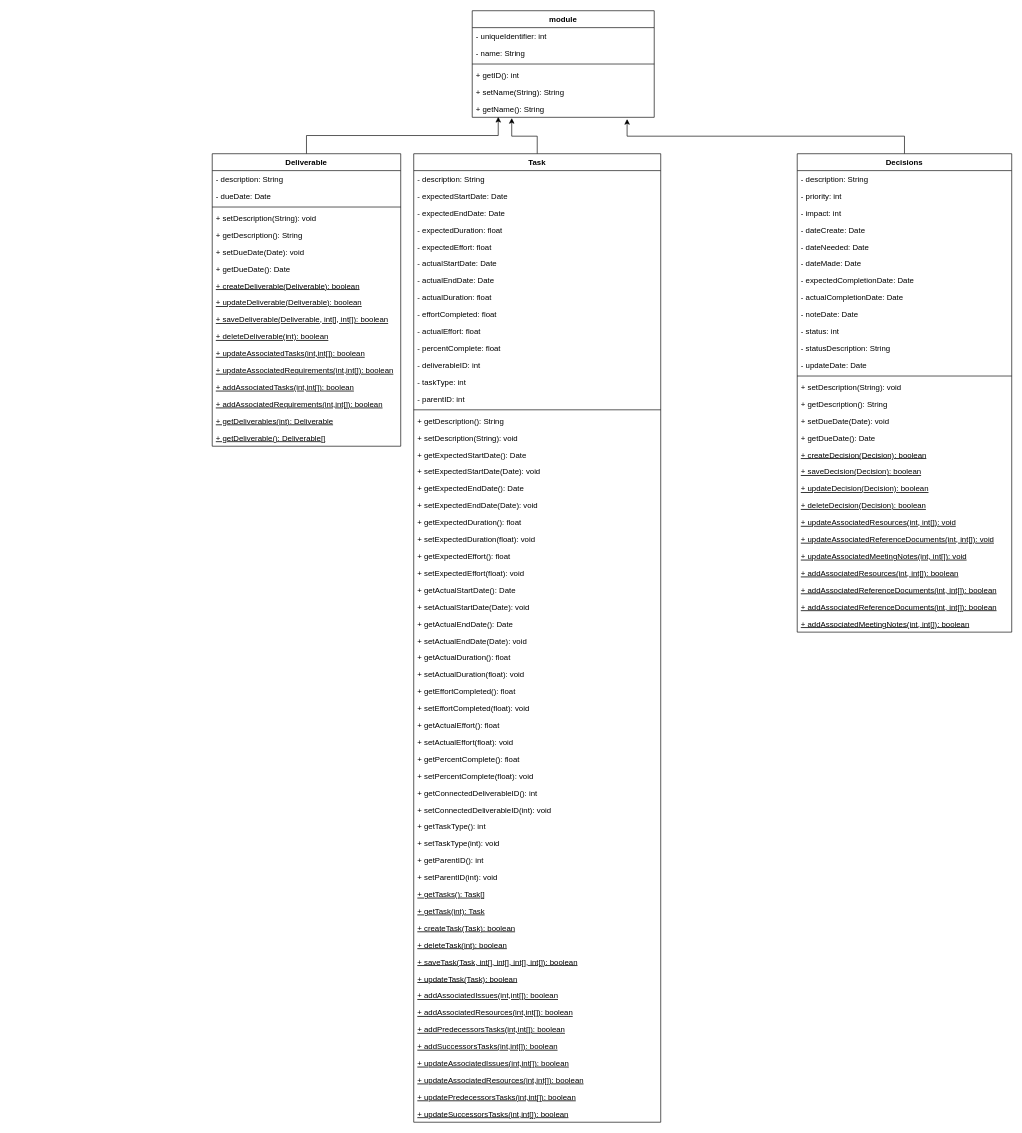
This is diagrams/umlBishoy.drawio from alicebalayan/comp380---project3, a draw.io file, before an edit. Source tidied: cells renumbered, new cells numbered last; positions are measured from the earlier drawing's top-left corner, leaving out a move shared by most shapes. Both pictures are drawn from the tidied source at 65%, with x=0, y=0 at pixel (212, 10).
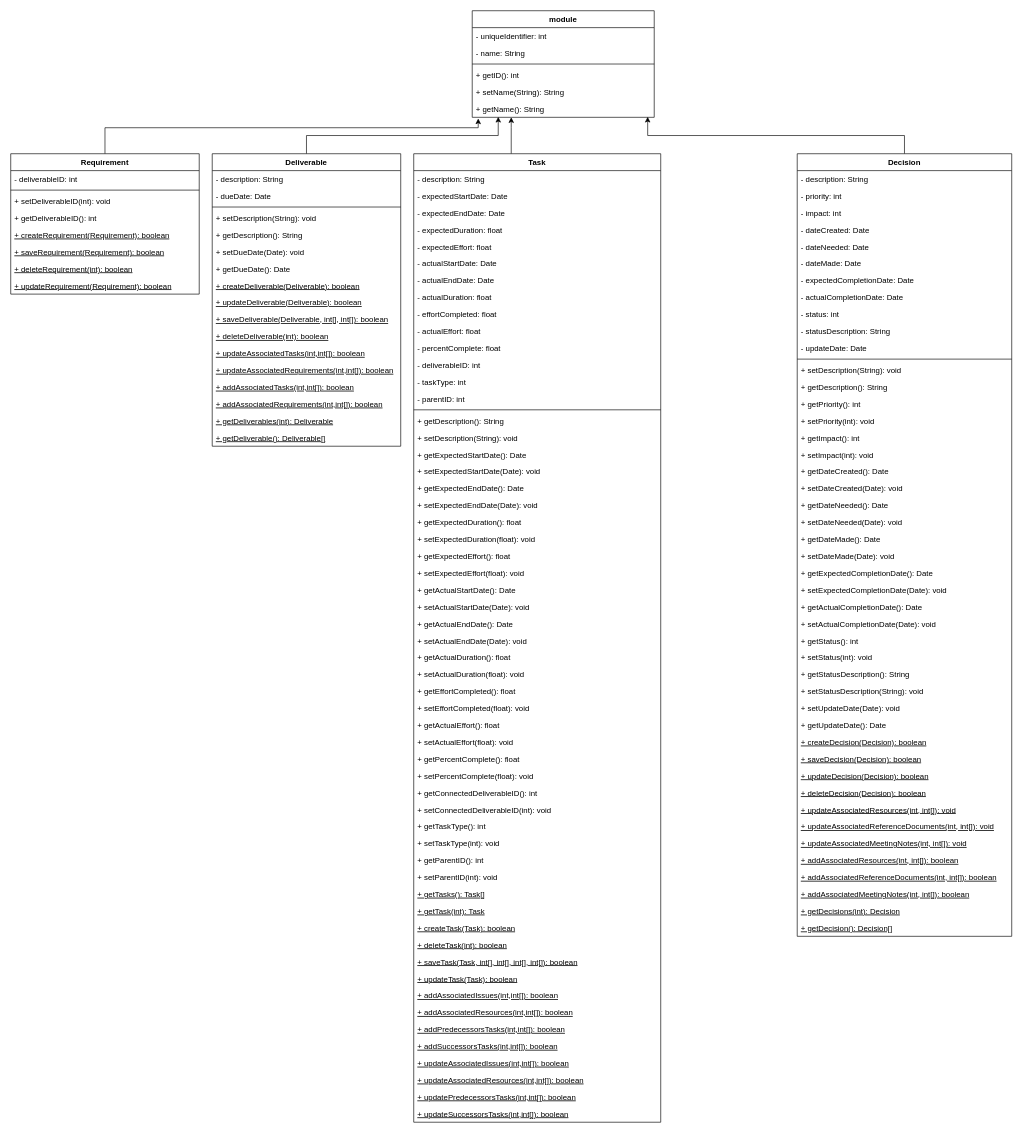
The same diagram, later.

The change refers to these unchanged cells:
```xml
<mxCell id="8" value="+ getName(): String" style="text;strokeColor=none;fillColor=none;align=left;verticalAlign=top;spacingLeft=4;spacingRight=4;overflow=hidden;points=[[0,0.5],[1,0.5]];portConstraint=eastwest;" parent="2" vertex="1">
  <mxGeometry y="138" width="280" height="26" as="geometry" />
</mxCell>
<mxCell id="59" value="Task" style="swimlane;fontStyle=1;align=center;verticalAlign=top;horizontal=1;startSize=26;" parent="1" vertex="1">
  <mxGeometry x="310" y="220" width="380" height="1490" as="geometry" />
</mxCell>
```

What changed in the source:
```diff
@@
-    <mxCell id="10" style="rounded=0;jettySize=auto;html=1;entryX=0.217;entryY=1.045;entryDx=0;entryDy=0;entryPerimeter=0;edgeStyle=elbowEdgeStyle;elbow=vertical;" parent="1" edge="1" source="59" target="8">
-      <mxGeometry relative="1" as="geometry" />
+    <mxCell id="10" style="rounded=0;jettySize=auto;html=1;edgeStyle=elbowEdgeStyle;elbow=vertical;" parent="1" edge="1" source="59" target="8">
+      <mxGeometry relative="1" as="geometry">
+        <Array as="points">
+          <mxPoint x="460" y="180" />
+        </Array>
+      </mxGeometry>
     </mxCell>
@@
-    <mxCell id="29" style="edgeStyle=elbowEdgeStyle;rounded=0;jettySize=auto;elbow=vertical;html=1;entryX=0.851;entryY=1.103;entryDx=0;entryDy=0;entryPerimeter=0;" parent="1" edge="1" source="30" target="8">
+    <mxCell id="29" style="edgeStyle=elbowEdgeStyle;rounded=0;jettySize=auto;elbow=vertical;html=1;entryX=0.964;entryY=0.972;entryDx=0;entryDy=0;entryPerimeter=0;" parent="1" edge="1" source="30" target="8">
       <mxGeometry relative="1" as="geometry" />
     </mxCell>
-    <mxCell id="30" value="Decisions" style="swimlane;fontStyle=1;align=center;verticalAlign=top;horizontal=1;startSize=26;" parent="1" vertex="1">
-      <mxGeometry x="900" y="220" width="330" height="736" as="geometry" />
+    <mxCell id="30" value="Decision" style="swimlane;fontStyle=1;align=center;verticalAlign=top;horizontal=1;startSize=26;" parent="1" vertex="1">
+      <mxGeometry x="900" y="220" width="330" height="1204" as="geometry" />
     </mxCell>
@@
-    <mxCell id="34" value="- dateCreate: Date" style="text;strokeColor=none;fillColor=none;align=left;verticalAlign=top;spacingLeft=4;spacingRight=4;overflow=hidden;" parent="30" vertex="1">
+    <mxCell id="34" value="- dateCreated: Date" style="text;strokeColor=none;fillColor=none;align=left;verticalAlign=top;spacingLeft=4;spacingRight=4;overflow=hidden;" parent="30" vertex="1">
       <mxGeometry y="104" width="330" height="26" as="geometry" />
     </mxCell>
@@
-    <mxCell id="39" value="- noteDate: Date" style="text;strokeColor=none;fillColor=none;align=left;verticalAlign=top;spacingLeft=4;spacingRight=4;overflow=hidden;" parent="30" vertex="1">
-      <mxGeometry y="234" width="330" height="26" as="geometry" />
-    </mxCell>
     <mxCell id="40" value="- status: int" style="text;strokeColor=none;fillColor=none;align=left;verticalAlign=top;spacingLeft=4;spacingRight=4;overflow=hidden;" parent="30" vertex="1">
-      <mxGeometry y="260" width="330" height="26" as="geometry" />
+      <mxGeometry y="234" width="330" height="26" as="geometry" />
     </mxCell>
     <mxCell id="41" value="- statusDescription: String" style="text;strokeColor=none;fillColor=none;align=left;verticalAlign=top;spacingLeft=4;spacingRight=4;overflow=hidden;" parent="30" vertex="1">
-      <mxGeometry y="286" width="330" height="26" as="geometry" />
+      <mxGeometry y="260" width="330" height="26" as="geometry" />
     </mxCell>
     <mxCell id="42" value="- updateDate: Date" style="text;strokeColor=none;fillColor=none;align=left;verticalAlign=top;spacingLeft=4;spacingRight=4;overflow=hidden;" parent="30" vertex="1">
-      <mxGeometry y="312" width="330" height="26" as="geometry" />
+      <mxGeometry y="286" width="330" height="26" as="geometry" />
     </mxCell>
     <mxCell id="43" style="line;strokeWidth=1;fillColor=none;align=left;verticalAlign=middle;spacingTop=-1;spacingLeft=3;spacingRight=3;labelPosition=right;" parent="30" vertex="1">
-      <mxGeometry y="338" width="330" height="8" as="geometry" />
+      <mxGeometry y="312" width="330" height="8" as="geometry" />
     </mxCell>
     <mxCell id="44" value="+ setDescription(String): void" style="text;strokeColor=none;fillColor=none;align=left;verticalAlign=top;spacingLeft=4;spacingRight=4;overflow=hidden;" parent="30" vertex="1">
-      <mxGeometry y="346" width="330" height="26" as="geometry" />
+      <mxGeometry y="320" width="330" height="26" as="geometry" />
     </mxCell>
     <mxCell id="45" value="+ getDescription(): String" style="text;strokeColor=none;fillColor=none;align=left;verticalAlign=top;spacingLeft=4;spacingRight=4;overflow=hidden;" parent="30" vertex="1">
-      <mxGeometry y="372" width="330" height="26" as="geometry" />
+      <mxGeometry y="346" width="330" height="26" as="geometry" />
     </mxCell>
-    <mxCell id="46" value="+ setDueDate(Date): void" style="text;strokeColor=none;fillColor=none;align=left;verticalAlign=top;spacingLeft=4;spacingRight=4;overflow=hidden;" parent="30" vertex="1">
-      <mxGeometry y="398" width="330" height="26" as="geometry" />
-    </mxCell>
-    <mxCell id="47" value="+ getDueDate(): Date" style="text;strokeColor=none;fillColor=none;align=left;verticalAlign=top;spacingLeft=4;spacingRight=4;overflow=hidden;" parent="30" vertex="1">
-      <mxGeometry y="424" width="330" height="26" as="geometry" />
-    </mxCell>
+    <mxCell id="117" value="+ getPriority(): int " style="text;strokeColor=none;fillColor=none;align=left;verticalAlign=top;spacingLeft=4;spacingRight=4;overflow=hidden;" parent="30" vertex="1">
+      <mxGeometry y="372" width="330" height="26" as="geometry" />
+    </mxCell>
+    <mxCell id="118" value="+ setPriority(int): void" style="text;strokeColor=none;fillColor=none;align=left;verticalAlign=top;spacingLeft=4;spacingRight=4;overflow=hidden;" parent="30" vertex="1">
+      <mxGeometry y="398" width="330" height="26" as="geometry" />
+    </mxCell>
+    <mxCell id="119" value="+ getImpact(): int" style="text;strokeColor=none;fillColor=none;align=left;verticalAlign=top;spacingLeft=4;spacingRight=4;overflow=hidden;" parent="30" vertex="1">
+      <mxGeometry y="424" width="330" height="26" as="geometry" />
+    </mxCell>
+    <mxCell id="120" value="+ setImpact(int): void" style="text;strokeColor=none;fillColor=none;align=left;verticalAlign=top;spacingLeft=4;spacingRight=4;overflow=hidden;" parent="30" vertex="1">
+      <mxGeometry y="450" width="330" height="26" as="geometry" />
+    </mxCell>
+    <mxCell id="121" value="+ getDateCreated(): Date" style="text;strokeColor=none;fillColor=none;align=left;verticalAlign=top;spacingLeft=4;spacingRight=4;overflow=hidden;" parent="30" vertex="1">
+      <mxGeometry y="476" width="330" height="26" as="geometry" />
+    </mxCell>
+    <mxCell id="122" value="+ setDateCreated(Date): void" style="text;strokeColor=none;fillColor=none;align=left;verticalAlign=top;spacingLeft=4;spacingRight=4;overflow=hidden;" parent="30" vertex="1">
+      <mxGeometry y="502" width="330" height="26" as="geometry" />
+    </mxCell>
+    <mxCell id="123" value="+ getDateNeeded(): Date" style="text;strokeColor=none;fillColor=none;align=left;verticalAlign=top;spacingLeft=4;spacingRight=4;overflow=hidden;" parent="30" vertex="1">
+      <mxGeometry y="528" width="330" height="26" as="geometry" />
+    </mxCell>
+    <mxCell id="124" value="+ setDateNeeded(Date): void" style="text;strokeColor=none;fillColor=none;align=left;verticalAlign=top;spacingLeft=4;spacingRight=4;overflow=hidden;" parent="30" vertex="1">
+      <mxGeometry y="554" width="330" height="26" as="geometry" />
+    </mxCell>
+    <mxCell id="125" value="+ getDateMade(): Date" style="text;strokeColor=none;fillColor=none;align=left;verticalAlign=top;spacingLeft=4;spacingRight=4;overflow=hidden;" parent="30" vertex="1">
+      <mxGeometry y="580" width="330" height="26" as="geometry" />
+    </mxCell>
+    <mxCell id="126" value="+ setDateMade(Date): void" style="text;strokeColor=none;fillColor=none;align=left;verticalAlign=top;spacingLeft=4;spacingRight=4;overflow=hidden;" parent="30" vertex="1">
+      <mxGeometry y="606" width="330" height="26" as="geometry" />
+    </mxCell>
+    <mxCell id="127" value="+ getExpectedCompletionDate(): Date&#10;" style="text;strokeColor=none;fillColor=none;align=left;verticalAlign=top;spacingLeft=4;spacingRight=4;overflow=hidden;" parent="30" vertex="1">
+      <mxGeometry y="632" width="330" height="26" as="geometry" />
+    </mxCell>
+    <mxCell id="128" value="+ setExpectedCompletionDate(Date): void&#10;" style="text;strokeColor=none;fillColor=none;align=left;verticalAlign=top;spacingLeft=4;spacingRight=4;overflow=hidden;" parent="30" vertex="1">
+      <mxGeometry y="658" width="330" height="26" as="geometry" />
+    </mxCell>
+    <mxCell id="129" value="+ getActualCompletionDate(): Date" style="text;strokeColor=none;fillColor=none;align=left;verticalAlign=top;spacingLeft=4;spacingRight=4;overflow=hidden;" parent="30" vertex="1">
+      <mxGeometry y="684" width="330" height="26" as="geometry" />
+    </mxCell>
+    <mxCell id="130" value="+ setActualCompletionDate(Date): void" style="text;strokeColor=none;fillColor=none;align=left;verticalAlign=top;spacingLeft=4;spacingRight=4;overflow=hidden;" parent="30" vertex="1">
+      <mxGeometry y="710" width="330" height="26" as="geometry" />
+    </mxCell>
+    <mxCell id="131" value="+ getStatus(): int" style="text;strokeColor=none;fillColor=none;align=left;verticalAlign=top;spacingLeft=4;spacingRight=4;overflow=hidden;" parent="30" vertex="1">
+      <mxGeometry y="736" width="330" height="26" as="geometry" />
+    </mxCell>
+    <mxCell id="132" value="+ setStatus(int): void" style="text;strokeColor=none;fillColor=none;align=left;verticalAlign=top;spacingLeft=4;spacingRight=4;overflow=hidden;" parent="30" vertex="1">
+      <mxGeometry y="762" width="330" height="26" as="geometry" />
+    </mxCell>
+    <mxCell id="133" value="+ getStatusDescription(): String" style="text;strokeColor=none;fillColor=none;align=left;verticalAlign=top;spacingLeft=4;spacingRight=4;overflow=hidden;" parent="30" vertex="1">
+      <mxGeometry y="788" width="330" height="26" as="geometry" />
+    </mxCell>
+    <mxCell id="134" value="+ setStatusDescription(String): void" style="text;strokeColor=none;fillColor=none;align=left;verticalAlign=top;spacingLeft=4;spacingRight=4;overflow=hidden;" parent="30" vertex="1">
+      <mxGeometry y="814" width="330" height="26" as="geometry" />
+    </mxCell>
+    <mxCell id="135" value="+ setUpdateDate(Date): void" style="text;strokeColor=none;fillColor=none;align=left;verticalAlign=top;spacingLeft=4;spacingRight=4;overflow=hidden;" parent="30" vertex="1">
+      <mxGeometry y="840" width="330" height="26" as="geometry" />
+    </mxCell>
+    <mxCell id="136" value="+ getUpdateDate(): Date" style="text;strokeColor=none;fillColor=none;align=left;verticalAlign=top;spacingLeft=4;spacingRight=4;overflow=hidden;" parent="30" vertex="1">
+      <mxGeometry y="866" width="330" height="26" as="geometry" />
+    </mxCell>
     <mxCell id="48" value="+ createDecision(Decision): boolean" style="text;strokeColor=none;fillColor=none;align=left;verticalAlign=top;spacingLeft=4;spacingRight=4;overflow=hidden;fontStyle=4;" parent="30" vertex="1">
-      <mxGeometry y="450" width="330" height="26" as="geometry" />
+      <mxGeometry y="892" width="330" height="26" as="geometry" />
     </mxCell>
     <mxCell id="49" value="+ saveDecision(Decision): boolean" style="text;strokeColor=none;fillColor=none;align=left;verticalAlign=top;spacingLeft=4;spacingRight=4;overflow=hidden;fontStyle=4;" parent="30" vertex="1">
-      <mxGeometry y="476" width="330" height="26" as="geometry" />
+      <mxGeometry y="918" width="330" height="26" as="geometry" />
     </mxCell>
     <mxCell id="50" value="+ updateDecision(Decision): boolean" style="text;strokeColor=none;fillColor=none;align=left;verticalAlign=top;spacingLeft=4;spacingRight=4;overflow=hidden;fontStyle=4;" parent="30" vertex="1">
-      <mxGeometry y="502" width="330" height="26" as="geometry" />
+      <mxGeometry y="944" width="330" height="26" as="geometry" />
     </mxCell>
     <mxCell id="51" value="+ deleteDecision(Decision): boolean" style="text;strokeColor=none;fillColor=none;align=left;verticalAlign=top;spacingLeft=4;spacingRight=4;overflow=hidden;fontStyle=4;" parent="30" vertex="1">
-      <mxGeometry y="528" width="330" height="26" as="geometry" />
+      <mxGeometry y="970" width="330" height="26" as="geometry" />
     </mxCell>
     <mxCell id="52" value="+ updateAssociatedResources(int, int[]): void" style="text;strokeColor=none;fillColor=none;align=left;verticalAlign=top;spacingLeft=4;spacingRight=4;overflow=hidden;fontStyle=4;" parent="30" vertex="1">
-      <mxGeometry y="554" width="330" height="26" as="geometry" />
+      <mxGeometry y="996" width="330" height="26" as="geometry" />
     </mxCell>
     <mxCell id="53" value="+ updateAssociatedReferenceDocuments(int, int[]): void" style="text;strokeColor=none;fillColor=none;align=left;verticalAlign=top;spacingLeft=4;spacingRight=4;overflow=hidden;fontStyle=4;" parent="30" vertex="1">
-      <mxGeometry y="580" width="330" height="26" as="geometry" />
+      <mxGeometry y="1022" width="330" height="26" as="geometry" />
     </mxCell>
     <mxCell id="54" value="+ updateAssociatedMeetingNotes(int, int[]): void" style="text;strokeColor=none;fillColor=none;align=left;verticalAlign=top;spacingLeft=4;spacingRight=4;overflow=hidden;fontStyle=4;" parent="30" vertex="1">
-      <mxGeometry y="606" width="330" height="26" as="geometry" />
+      <mxGeometry y="1048" width="330" height="26" as="geometry" />
     </mxCell>
     <mxCell id="55" value="+ addAssociatedResources(int, int[]): boolean" style="text;strokeColor=none;fillColor=none;align=left;verticalAlign=top;spacingLeft=4;spacingRight=4;overflow=hidden;fontStyle=4;" parent="30" vertex="1">
-      <mxGeometry y="632" width="330" height="26" as="geometry" />
+      <mxGeometry y="1074" width="330" height="26" as="geometry" />
     </mxCell>
     <mxCell id="56" value="+ addAssociatedReferenceDocuments(int, int[]): boolean" style="text;strokeColor=none;fillColor=none;align=left;verticalAlign=top;spacingLeft=4;spacingRight=4;overflow=hidden;fontStyle=4;" parent="30" vertex="1">
-      <mxGeometry y="658" width="330" height="26" as="geometry" />
+      <mxGeometry y="1100" width="330" height="26" as="geometry" />
     </mxCell>
-    <mxCell id="57" value="+ addAssociatedReferenceDocuments(int, int[]): boolean" style="text;strokeColor=none;fillColor=none;align=left;verticalAlign=top;spacingLeft=4;spacingRight=4;overflow=hidden;fontStyle=4;" parent="30" vertex="1">
-      <mxGeometry y="684" width="330" height="26" as="geometry" />
-    </mxCell>
     <mxCell id="58" value="+ addAssociatedMeetingNotes(int, int[]): boolean" style="text;strokeColor=none;fillColor=none;align=left;verticalAlign=top;spacingLeft=4;spacingRight=4;overflow=hidden;fontStyle=4;" parent="30" vertex="1">
-      <mxGeometry y="710" width="330" height="26" as="geometry" />
+      <mxGeometry y="1126" width="330" height="26" as="geometry" />
     </mxCell>
+    <mxCell id="137" value="+ getDecisions(int): Decision" style="text;strokeColor=none;fillColor=none;align=left;verticalAlign=top;spacingLeft=4;spacingRight=4;overflow=hidden;fontStyle=4;" parent="30" vertex="1">
+      <mxGeometry y="1152" width="330" height="26" as="geometry" />
+    </mxCell>
+    <mxCell id="138" value="+ getDecision(): Decision[]" style="text;strokeColor=none;fillColor=none;align=left;verticalAlign=top;spacingLeft=4;spacingRight=4;overflow=hidden;fontStyle=4;" parent="30" vertex="1">
+      <mxGeometry y="1178" width="330" height="26" as="geometry" />
+    </mxCell>
+    <mxCell id="139" style="edgeStyle=elbowEdgeStyle;rounded=0;jettySize=auto;elbow=vertical;html=1;entryX=0.033;entryY=1.071;entryDx=0;entryDy=0;entryPerimeter=0;" parent="1" edge="1" source="140" target="8">
+      <mxGeometry relative="1" as="geometry">
+        <Array as="points">
+          <mxPoint x="420" y="180" />
+        </Array>
+      </mxGeometry>
+    </mxCell>
+    <mxCell id="140" value="Requirement" style="swimlane;fontStyle=1;align=center;verticalAlign=top;horizontal=1;startSize=26;" parent="1" vertex="1">
+      <mxGeometry x="-310" y="220" width="290" height="216" as="geometry" />
+    </mxCell>
+    <mxCell id="141" value="- deliverableID: int" style="text;strokeColor=none;fillColor=none;align=left;verticalAlign=top;spacingLeft=4;spacingRight=4;overflow=hidden;" parent="140" vertex="1">
+      <mxGeometry y="26" width="290" height="26" as="geometry" />
+    </mxCell>
+    <mxCell id="142" style="line;strokeWidth=1;fillColor=none;align=left;verticalAlign=middle;spacingTop=-1;spacingLeft=3;spacingRight=3;labelPosition=right;" parent="140" vertex="1">
+      <mxGeometry y="52" width="290" height="8" as="geometry" />
+    </mxCell>
+    <mxCell id="143" value="+ setDeliverableID(int): void" style="text;strokeColor=none;fillColor=none;align=left;verticalAlign=top;spacingLeft=4;spacingRight=4;overflow=hidden;" parent="140" vertex="1">
+      <mxGeometry y="60" width="290" height="26" as="geometry" />
+    </mxCell>
+    <mxCell id="144" value="+ getDeliverableID(): int" style="text;strokeColor=none;fillColor=none;align=left;verticalAlign=top;spacingLeft=4;spacingRight=4;overflow=hidden;" parent="140" vertex="1">
+      <mxGeometry y="86" width="290" height="26" as="geometry" />
+    </mxCell>
+    <mxCell id="145" value="+ createRequirement(Requirement): boolean" style="text;strokeColor=none;fillColor=none;align=left;verticalAlign=top;spacingLeft=4;spacingRight=4;overflow=hidden;fontStyle=4;" parent="140" vertex="1">
+      <mxGeometry y="112" width="290" height="26" as="geometry" />
+    </mxCell>
+    <mxCell id="146" value="+ saveRequirement(Requirement): boolean" style="text;strokeColor=none;fillColor=none;align=left;verticalAlign=top;spacingLeft=4;spacingRight=4;overflow=hidden;fontStyle=4;" parent="140" vertex="1">
+      <mxGeometry y="138" width="290" height="26" as="geometry" />
+    </mxCell>
+    <mxCell id="147" value="+ deleteRequirement(int): boolean" style="text;strokeColor=none;fillColor=none;align=left;verticalAlign=top;spacingLeft=4;spacingRight=4;overflow=hidden;fontStyle=4;" parent="140" vertex="1">
+      <mxGeometry y="164" width="290" height="26" as="geometry" />
+    </mxCell>
+    <mxCell id="148" value="+ updateRequirement(Requirement): boolean" style="text;strokeColor=none;fillColor=none;align=left;verticalAlign=top;spacingLeft=4;spacingRight=4;overflow=hidden;fontStyle=4;" parent="140" vertex="1">
+      <mxGeometry y="190" width="290" height="26" as="geometry" />
+    </mxCell>
```
